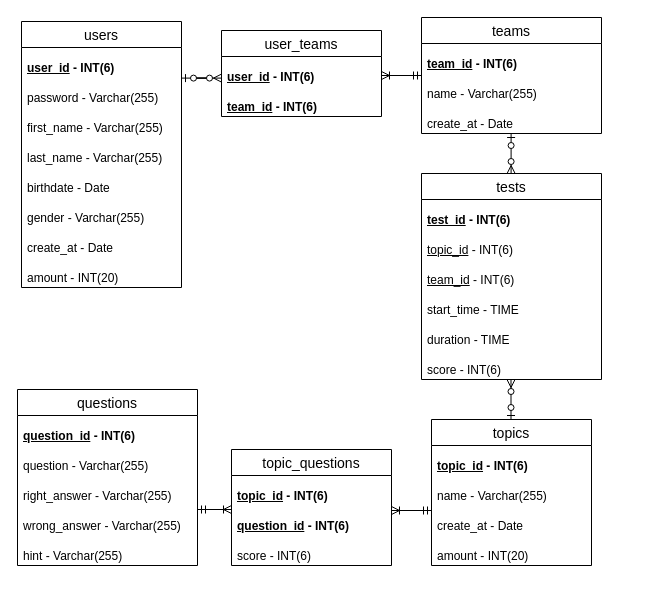
Nyan-Young/JavaBase keeps this draw.io diagram as page "Page-1" (1 of 2) of 未命名绘图.drawio. Above is the earlier version. Source tidied: cells renumbered, new cells numbered last; positions are measured from the earlier drawing's top-left corner, leaving out a move shared by most shapes. Both pictures are drawn from the tidied source at 100%, with x=0, y=0 at pixel (17, 17).
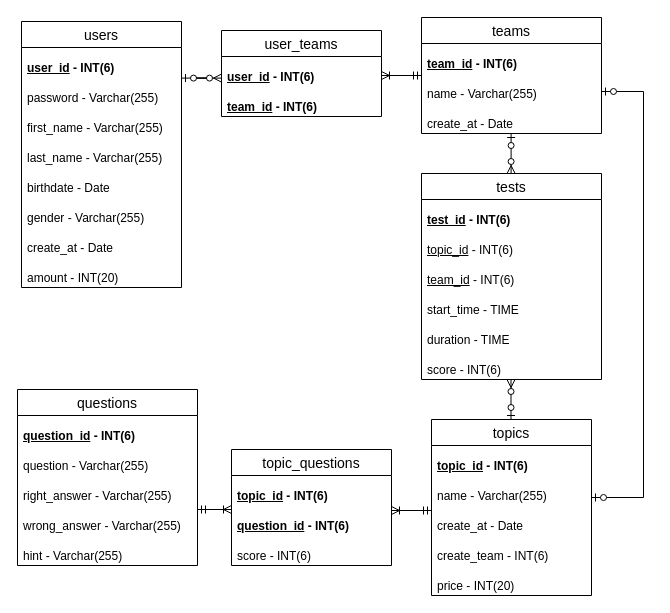
The same page after the edit.

Commit message:
更新未命名绘图.drawio

Unchanged cells that the change refers to:
```xml
<mxCell id="4" value="&lt;p style=&quot;border-color: var(--border-color);&quot; class=&quot;MsoNormal&quot;&gt;name - Varchar(255)&lt;/p&gt;" style="text;strokeColor=none;fillColor=none;spacingLeft=4;spacingRight=4;overflow=hidden;points=[[0,0.5],[1,0.5]];portConstraint=eastwest;fontSize=12;whiteSpace=wrap;html=1;verticalAlign=bottom;" parent="2" vertex="1">
  <mxGeometry y="56" width="180" height="30" as="geometry" />
</mxCell>
```

The edit, as a diff of the source:
```diff
@@
     <mxCell id="19" value="topics" style="swimlane;fontStyle=0;horizontal=1;startSize=26;align=center;fontSize=14;verticalAlign=middle;" parent="1" vertex="1">
-      <mxGeometry x="414" y="402" width="160" height="146" as="geometry" />
+      <mxGeometry x="414" y="402" width="160" height="176" as="geometry" />
     </mxCell>
@@
+    <mxCell id="46" value="create_team - INT(6)" style="text;strokeColor=none;fillColor=none;spacingLeft=4;spacingRight=4;overflow=hidden;fontSize=12;whiteSpace=wrap;html=1;verticalAlign=bottom;" parent="19" vertex="1">
+      <mxGeometry y="116" width="160" height="30" as="geometry" />
+    </mxCell>
-    <mxCell id="23" value="amount - INT(20)" style="text;strokeColor=none;fillColor=none;spacingLeft=4;spacingRight=4;overflow=hidden;fontSize=12;whiteSpace=wrap;html=1;verticalAlign=bottom;" parent="19" vertex="1">
-      <mxGeometry y="116" width="160" height="30" as="geometry" />
+    <mxCell id="23" value="price - INT(20)" style="text;strokeColor=none;fillColor=none;spacingLeft=4;spacingRight=4;overflow=hidden;fontSize=12;whiteSpace=wrap;html=1;verticalAlign=bottom;" parent="19" vertex="1">
+      <mxGeometry y="146" width="160" height="30" as="geometry" />
     </mxCell>
@@
+    <mxCell id="47" style="edgeStyle=orthogonalEdgeStyle;fontSize=12;html=1;endArrow=ERzeroToOne;startArrow=ERzeroToOne;rounded=0;" parent="1" edge="1" source="4">
+      <mxGeometry relative="1" as="geometry">
+        <mxPoint x="574" y="480" as="targetPoint" />
+        <Array as="points">
+          <mxPoint x="626" y="74" />
+          <mxPoint x="626" y="480" />
+        </Array>
+      </mxGeometry>
+    </mxCell>
```
